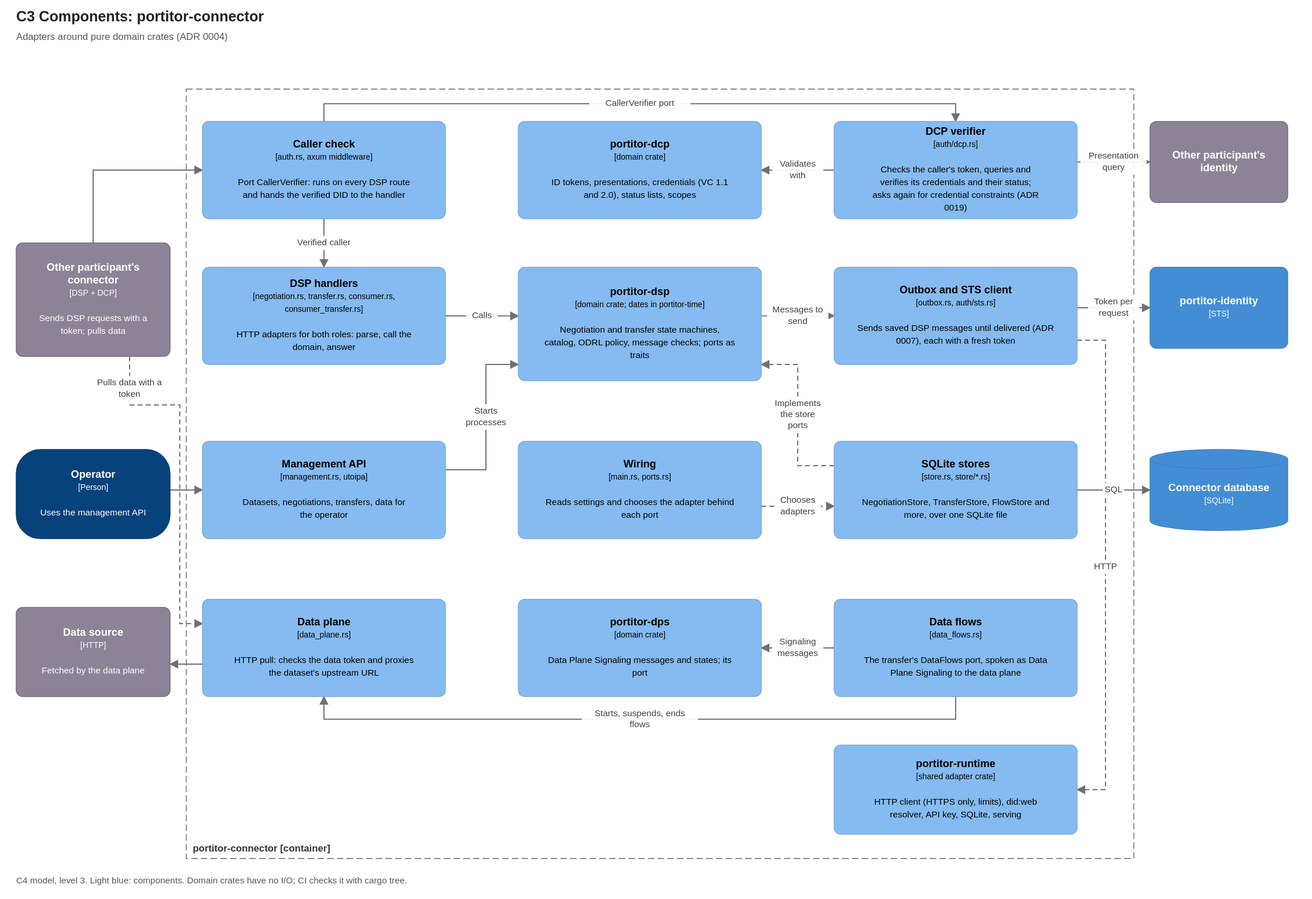
The draw.io diagram docs/diagrams/c3-connector-components.drawio.svg in brunopacheco1/ldsc, before a commit. Source tidied: cells renumbered, new cells last; positions are measured from the earlier drawing's top-left corner, leaving out a move shared by most shapes.
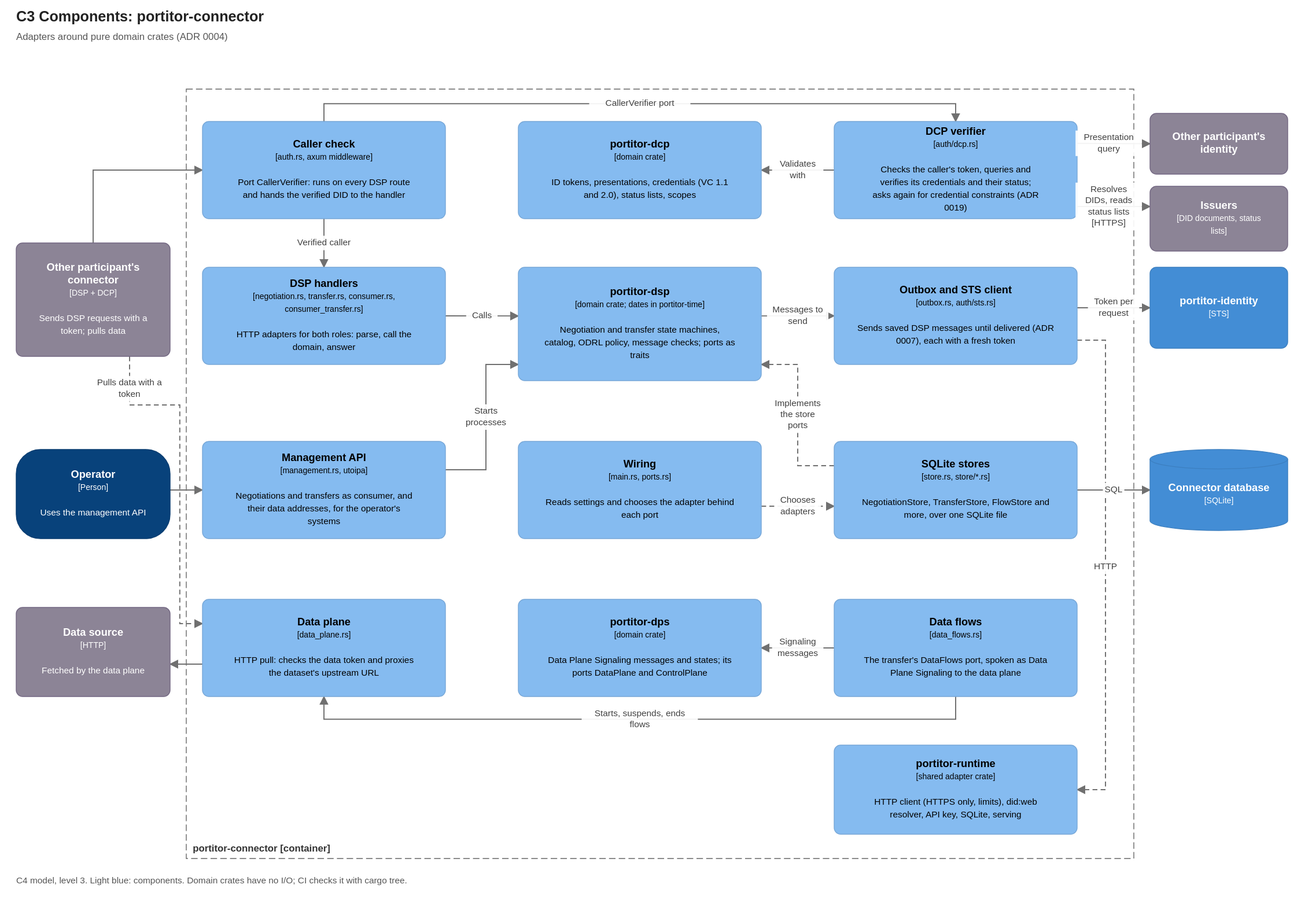
After the change.

The edit, as a diff of the source:
```diff
@@ -20,7 +20,7 @@
     <mxCell id="7" value="&lt;b&gt;DSP handlers&lt;/b&gt;&lt;br&gt;&lt;font style=&quot;font-size:10px&quot;&gt;[negotiation.rs, transfer.rs, consumer.rs, consumer_transfer.rs]&lt;/font&gt;&lt;br&gt;&lt;br&gt;&lt;font style=&quot;font-size:11px&quot;&gt;HTTP adapters for both roles: parse, call the domain, answer&lt;/font&gt;" style="rounded=1;arcSize=8;whiteSpace=wrap;html=1;fillColor=#85BBF0;strokeColor=#78A8D8;fontColor=#000000;fontSize=13;align=center;verticalAlign=middle;c4Kind=component;c4Name=DSP handlers;" parent="1" vertex="1">
       <mxGeometry x="230" y="220" width="300" height="120" as="geometry" />
     </mxCell>
-    <mxCell id="8" value="&lt;b&gt;Management API&lt;/b&gt;&lt;br&gt;&lt;font style=&quot;font-size:10px&quot;&gt;[management.rs, utoipa]&lt;/font&gt;&lt;br&gt;&lt;br&gt;&lt;font style=&quot;font-size:11px&quot;&gt;Datasets, negotiations, transfers, data for the operator&lt;/font&gt;" style="rounded=1;arcSize=8;whiteSpace=wrap;html=1;fillColor=#85BBF0;strokeColor=#78A8D8;fontColor=#000000;fontSize=13;align=center;verticalAlign=middle;c4Kind=component;c4Name=Management API;" parent="1" vertex="1">
+    <mxCell id="8" value="&lt;b&gt;Management API&lt;/b&gt;&lt;br&gt;&lt;font style=&quot;font-size:10px&quot;&gt;[management.rs, utoipa]&lt;/font&gt;&lt;br&gt;&lt;br&gt;&lt;font style=&quot;font-size:11px&quot;&gt;Negotiations and transfers as consumer, and their data addresses, for the operator&amp;#x27;s systems&lt;/font&gt;" style="rounded=1;arcSize=8;whiteSpace=wrap;html=1;fillColor=#85BBF0;strokeColor=#78A8D8;fontColor=#000000;fontSize=13;align=center;verticalAlign=middle;c4Kind=component;c4Name=Management API;" parent="1" vertex="1">
       <mxGeometry x="230" y="435" width="300" height="120" as="geometry" />
     </mxCell>
     <mxCell id="9" value="&lt;b&gt;Data plane&lt;/b&gt;&lt;br&gt;&lt;font style=&quot;font-size:10px&quot;&gt;[data_plane.rs]&lt;/font&gt;&lt;br&gt;&lt;br&gt;&lt;font style=&quot;font-size:11px&quot;&gt;HTTP pull: checks the data token and proxies the dataset&amp;#x27;s upstream URL&lt;/font&gt;" style="rounded=1;arcSize=8;whiteSpace=wrap;html=1;fillColor=#85BBF0;strokeColor=#78A8D8;fontColor=#000000;fontSize=13;align=center;verticalAlign=middle;c4Kind=component;c4Name=Data plane;" parent="1" vertex="1">
@@ -29,7 +29,7 @@
     <mxCell id="10" value="&lt;b&gt;portitor-dsp&lt;/b&gt;&lt;br&gt;&lt;font style=&quot;font-size:10px&quot;&gt;[domain crate; dates in portitor-time]&lt;/font&gt;&lt;br&gt;&lt;br&gt;&lt;font style=&quot;font-size:11px&quot;&gt;Negotiation and transfer state machines, catalog, ODRL policy, message checks; ports as traits&lt;/font&gt;" style="rounded=1;arcSize=8;whiteSpace=wrap;html=1;fillColor=#85BBF0;strokeColor=#78A8D8;fontColor=#000000;fontSize=13;align=center;verticalAlign=middle;c4Kind=component;c4Name=portitor-dsp;" parent="1" vertex="1">
       <mxGeometry x="620" y="220" width="300" height="140" as="geometry" />
     </mxCell>
-    <mxCell id="11" value="&lt;b&gt;portitor-dps&lt;/b&gt;&lt;br&gt;&lt;font style=&quot;font-size:10px&quot;&gt;[domain crate]&lt;/font&gt;&lt;br&gt;&lt;br&gt;&lt;font style=&quot;font-size:11px&quot;&gt;Data Plane Signaling messages and states; its port&lt;/font&gt;" style="rounded=1;arcSize=8;whiteSpace=wrap;html=1;fillColor=#85BBF0;strokeColor=#78A8D8;fontColor=#000000;fontSize=13;align=center;verticalAlign=middle;c4Kind=component;c4Name=portitor-dps;" parent="1" vertex="1">
+    <mxCell id="11" value="&lt;b&gt;portitor-dps&lt;/b&gt;&lt;br&gt;&lt;font style=&quot;font-size:10px&quot;&gt;[domain crate]&lt;/font&gt;&lt;br&gt;&lt;br&gt;&lt;font style=&quot;font-size:11px&quot;&gt;Data Plane Signaling messages and states; its ports DataPlane and ControlPlane&lt;/font&gt;" style="rounded=1;arcSize=8;whiteSpace=wrap;html=1;fillColor=#85BBF0;strokeColor=#78A8D8;fontColor=#000000;fontSize=13;align=center;verticalAlign=middle;c4Kind=component;c4Name=portitor-dps;" parent="1" vertex="1">
       <mxGeometry x="620" y="630" width="300" height="120" as="geometry" />
     </mxCell>
     <mxCell id="12" value="&lt;b&gt;portitor-dcp&lt;/b&gt;&lt;br&gt;&lt;font style=&quot;font-size:10px&quot;&gt;[domain crate]&lt;/font&gt;&lt;br&gt;&lt;br&gt;&lt;font style=&quot;font-size:11px&quot;&gt;ID tokens, presentations, credentials (VC 1.1 and 2.0), status lists, scopes&lt;/font&gt;" style="rounded=1;arcSize=8;whiteSpace=wrap;html=1;fillColor=#85BBF0;strokeColor=#78A8D8;fontColor=#000000;fontSize=13;align=center;verticalAlign=middle;c4Kind=component;c4Name=portitor-dcp;" parent="1" vertex="1">
@@ -60,7 +60,7 @@
       <mxGeometry x="1400" y="220" width="170" height="100" as="geometry" />
     </mxCell>
     <mxCell id="21" value="&lt;b&gt;Other participant&amp;#x27;s identity&lt;/b&gt;" style="rounded=1;arcSize=8;whiteSpace=wrap;html=1;fillColor=#8C8496;strokeColor=#736782;fontColor=#FFFFFF;fontSize=13;align=center;verticalAlign=middle;c4Kind=external;c4Name=Other participant's identity;" parent="1" vertex="1">
-      <mxGeometry x="1400" y="40" width="170" height="100" as="geometry" />
+      <mxGeometry x="1400" y="30" width="170" height="75" as="geometry" />
     </mxCell>
     <mxCell id="22" style="endArrow=blockThin;endFill=1;html=1;rounded=0;strokeColor=#707070;fontSize=11;fontColor=#404040;labelBackgroundColor=#FFFFFF;exitX=0.500;exitY=0.000;exitPerimeter=0;entryX=0.000;entryY=0.500;entryPerimeter=0;" parent="1" edge="1" source="3" target="6">
       <mxGeometry relative="1" as="geometry">
@@ -83,7 +83,7 @@
     <mxCell id="25" value="Validates with" style="endArrow=blockThin;endFill=1;html=1;rounded=0;strokeColor=#707070;fontSize=11;fontColor=#404040;labelBackgroundColor=#FFFFFF;exitX=0.000;exitY=0.500;exitPerimeter=0;entryX=1.000;entryY=0.500;entryPerimeter=0;" parent="1" edge="1" source="14" target="12">
       <mxGeometry relative="1" as="geometry" />
     </mxCell>
-    <mxCell id="26" value="Presentation query" style="endArrow=blockThin;endFill=1;html=1;rounded=0;strokeColor=#707070;fontSize=11;fontColor=#404040;labelBackgroundColor=#FFFFFF;exitX=1.000;exitY=0.417;exitPerimeter=0;entryX=0.000;entryY=0.500;entryPerimeter=0;" parent="1" edge="1" source="14" target="21">
+    <mxCell id="26" value="Presentation query" style="endArrow=blockThin;endFill=1;html=1;rounded=0;strokeColor=#707070;fontSize=11;fontColor=#404040;labelBackgroundColor=#FFFFFF;exitX=1.000;exitY=0.225;exitPerimeter=0;entryX=0.000;entryY=0.500;entryPerimeter=0;" parent="1" edge="1" source="14" target="21">
       <mxGeometry relative="1" as="geometry" />
     </mxCell>
     <mxCell id="27" value="Calls" style="endArrow=blockThin;endFill=1;html=1;rounded=0;strokeColor=#707070;fontSize=11;fontColor=#404040;labelBackgroundColor=#FFFFFF;exitX=1.000;exitY=0.500;exitPerimeter=0;entryX=0.000;entryY=0.429;entryPerimeter=0;" parent="1" edge="1" source="7" target="10">
@@ -154,5 +154,11 @@
     <mxCell id="40" value="C4 model, level 3. Light blue: components. Domain crates have no I/O; CI checks it with cargo tree." style="text;html=1;align=left;verticalAlign=top;fontSize=11;fontColor=#555555;whiteSpace=wrap;" parent="1" vertex="1">
       <mxGeometry y="960" width="1580" height="40" as="geometry" />
     </mxCell>
+    <mxCell id="41" value="&lt;b&gt;Issuers&lt;/b&gt;&lt;br&gt;&lt;font style=&quot;font-size:10px&quot;&gt;[DID documents, status lists]&lt;/font&gt;" style="rounded=1;arcSize=8;whiteSpace=wrap;html=1;fillColor=#8C8496;strokeColor=#736782;fontColor=#FFFFFF;fontSize=13;align=center;verticalAlign=middle;c4Kind=external;c4Name=Issuers;" parent="1" vertex="1">
+      <mxGeometry x="1400" y="120" width="170" height="80" as="geometry" />
+    </mxCell>
+    <mxCell id="42" value="Resolves DIDs, reads status lists&#10;[HTTPS]" style="endArrow=blockThin;endFill=1;html=1;rounded=0;strokeColor=#707070;fontSize=11;fontColor=#404040;labelBackgroundColor=#FFFFFF;exitX=1.000;exitY=0.875;exitPerimeter=0;entryX=0.000;entryY=0.312;entryPerimeter=0;" parent="1" edge="1" source="14" target="41">
+      <mxGeometry relative="1" as="geometry" />
+    </mxCell>
   </root>
 </mxGraphModel>
```
